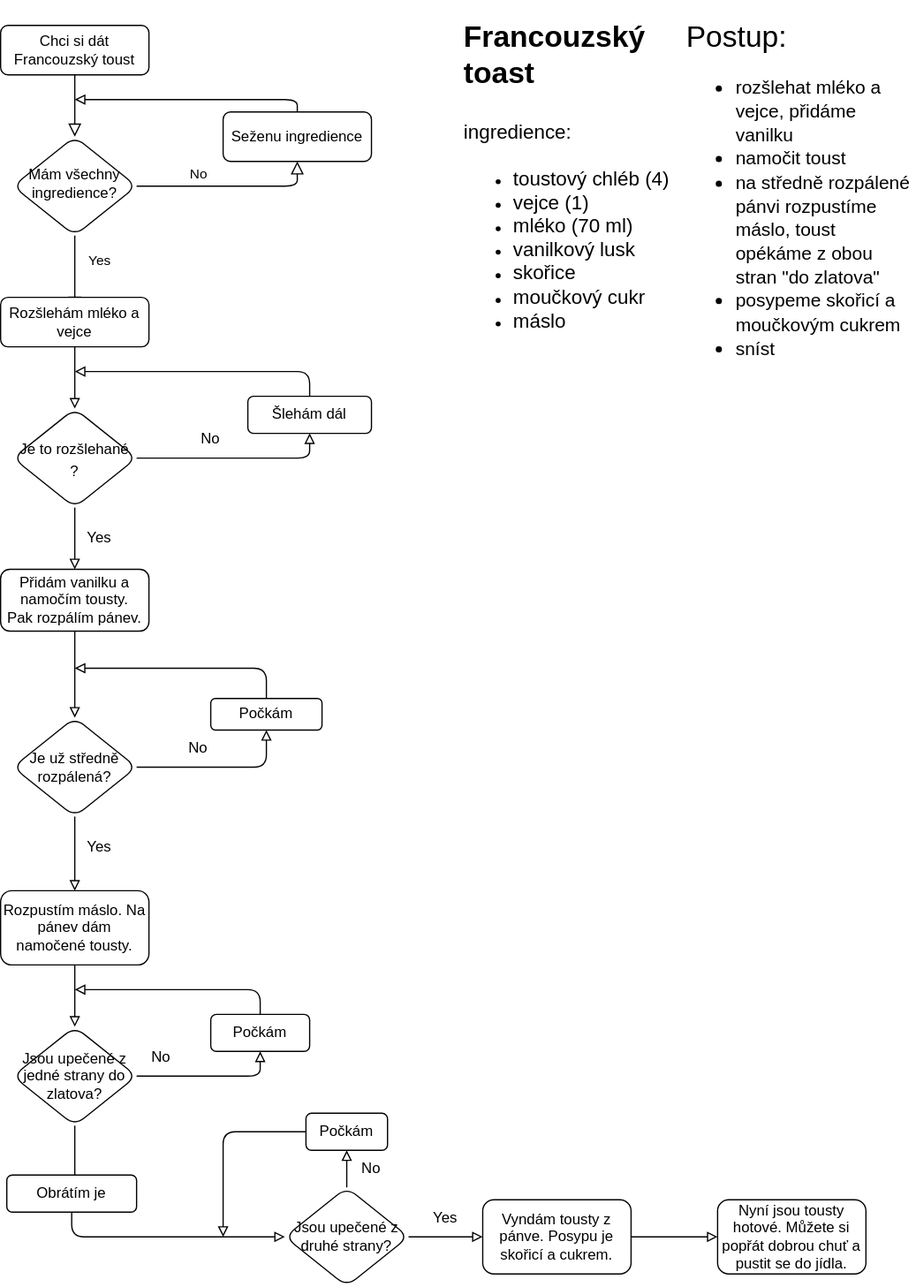
This is Diagram1.svg from TomasKelbasa/diagrams.net, a draw.io export, as it was before one commit. Source tidied: cells renumbered, new cells last; positions are measured from the earlier drawing's top-left corner, leaving out a move shared by most shapes.
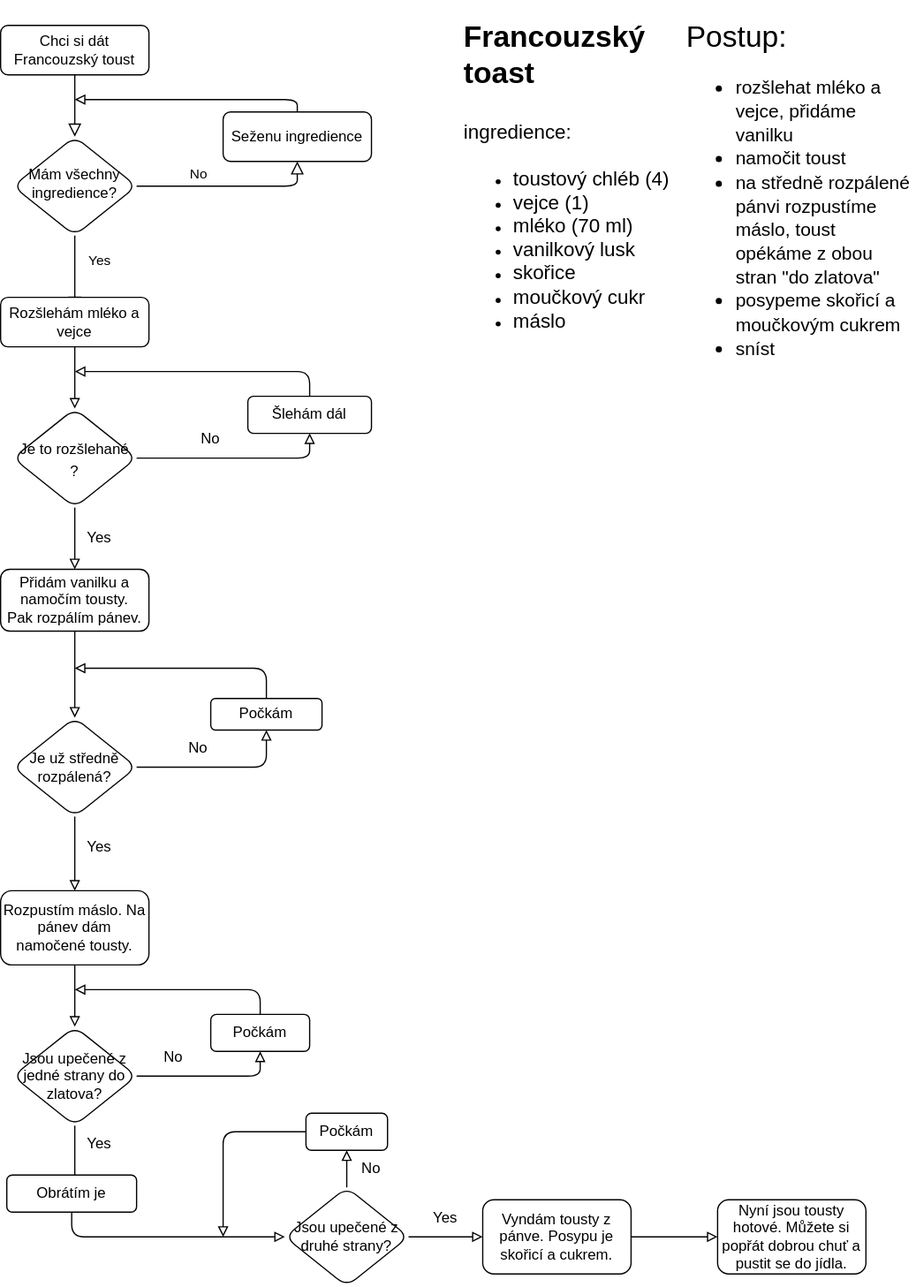
After the commit.

What changed in the source:
```diff
@@ -140,7 +140,7 @@
       </mxGeometry>
     </mxCell>
     <mxCell id="36" value="No" style="text;html=1;strokeColor=none;fillColor=none;align=center;verticalAlign=middle;whiteSpace=wrap;sketch=0;rounded=1;" parent="1" vertex="1">
-      <mxGeometry x="100" y="830" width="60" height="30" as="geometry" />
+      <mxGeometry x="110" y="830" width="60" height="30" as="geometry" />
     </mxCell>
     <mxCell id="37" style="edgeStyle=orthogonalEdgeStyle;sketch=0;jettySize=auto;html=1;exitX=0.5;exitY=1;exitDx=0;exitDy=0;entryX=0;entryY=0.5;entryDx=0;entryDy=0;endArrow=block;endFill=0;" parent="1" edge="1" source="38" target="41">
       <mxGeometry relative="1" as="geometry">
@@ -189,5 +189,8 @@
     <mxCell id="48" value="Nyní jsou tousty hotové. Můžete si popřát dobrou chuť a pustit se do jídla." style="whiteSpace=wrap;html=1;sketch=0;rounded=1;" parent="1" vertex="1">
       <mxGeometry x="580" y="960" width="120" height="60" as="geometry" />
     </mxCell>
+    <mxCell id="49" value="Yes" style="text;html=1;strokeColor=none;fillColor=none;align=center;verticalAlign=middle;whiteSpace=wrap;rounded=0;" parent="1" vertex="1">
+      <mxGeometry x="50" y="900" width="60" height="30" as="geometry" />
+    </mxCell>
   </root>
 </mxGraphModel>
```
